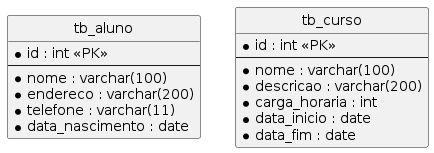
Earlier version of the PlantUML export exemplo_alunos/banco.png (lucasljf/php-2023-1).
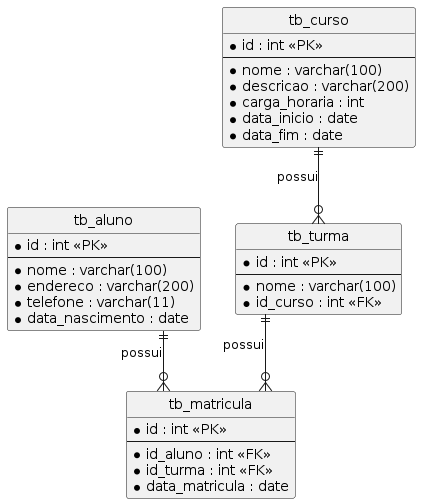
The same diagram one commit later.

Commit message:
Update diagrama do banco exemplo_alunos

What changed in the source:
```diff
@@ -22,4 +22,22 @@
     * data_fim : date
 }
 
+entity tb_turma {
+    * id : int <<PK>>
+    --
+    * nome : varchar(100)
+    * id_curso : int <<FK>>
+}
+
+entity tb_matricula {
+    * id : int <<PK>>
+    --
+    * id_aluno : int <<FK>>
+    * id_turma : int <<FK>>
+    * data_matricula : date
+}
+
+tb_curso ||--o{ tb_turma : possui
+tb_aluno ||--o{ tb_matricula : possui
+tb_turma ||--o{ tb_matricula : possui
 @enduml
```
